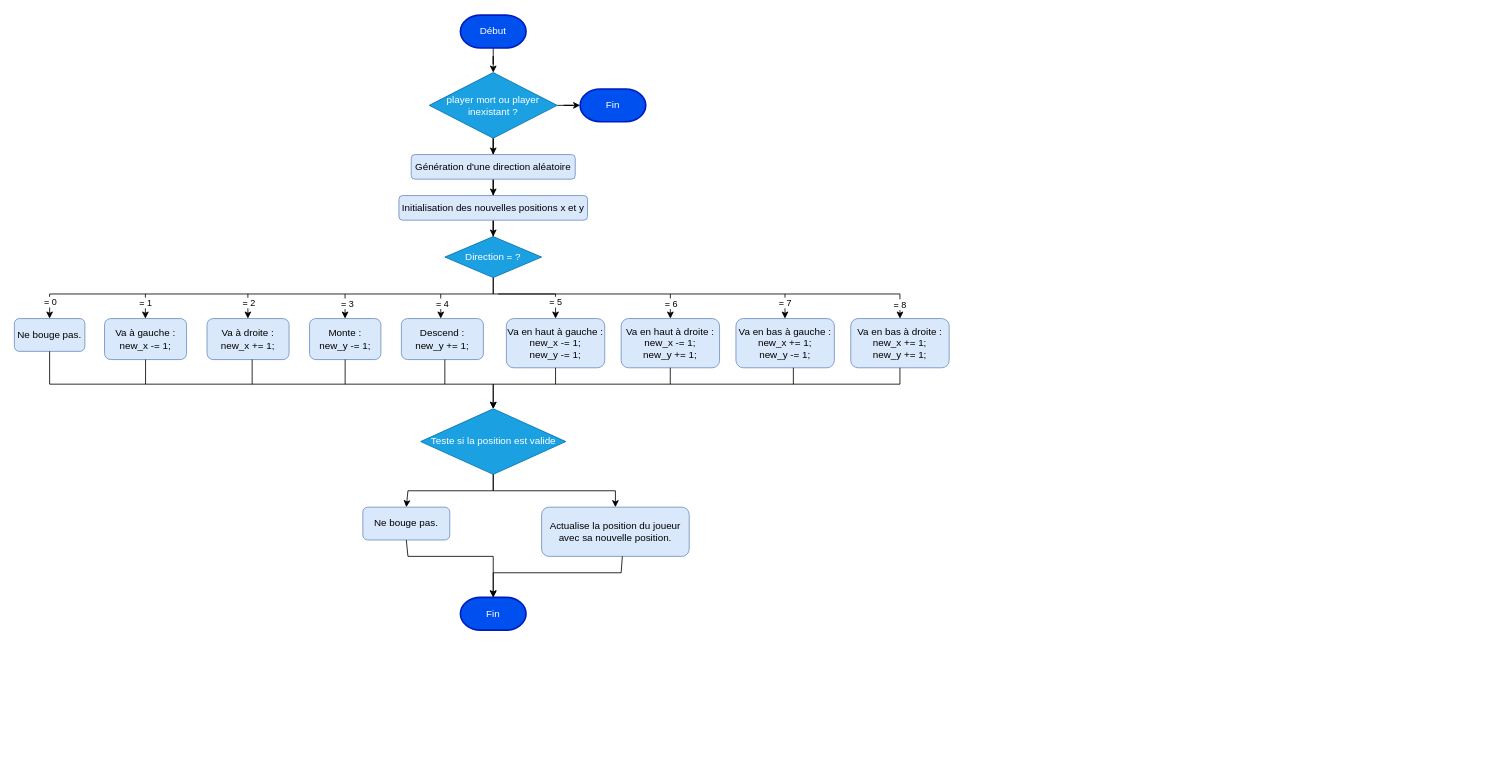
This is Tache1.drawio from negans-soyez/VHDL, a draw.io file, before an edit. Source tidied: cells renumbered, new cells numbered last; positions are measured from the earlier drawing's top-left corner, leaving out a move shared by most shapes. Both pictures are drawn from the tidied source at 82%, with x=0, y=0 at pixel (14, 15).
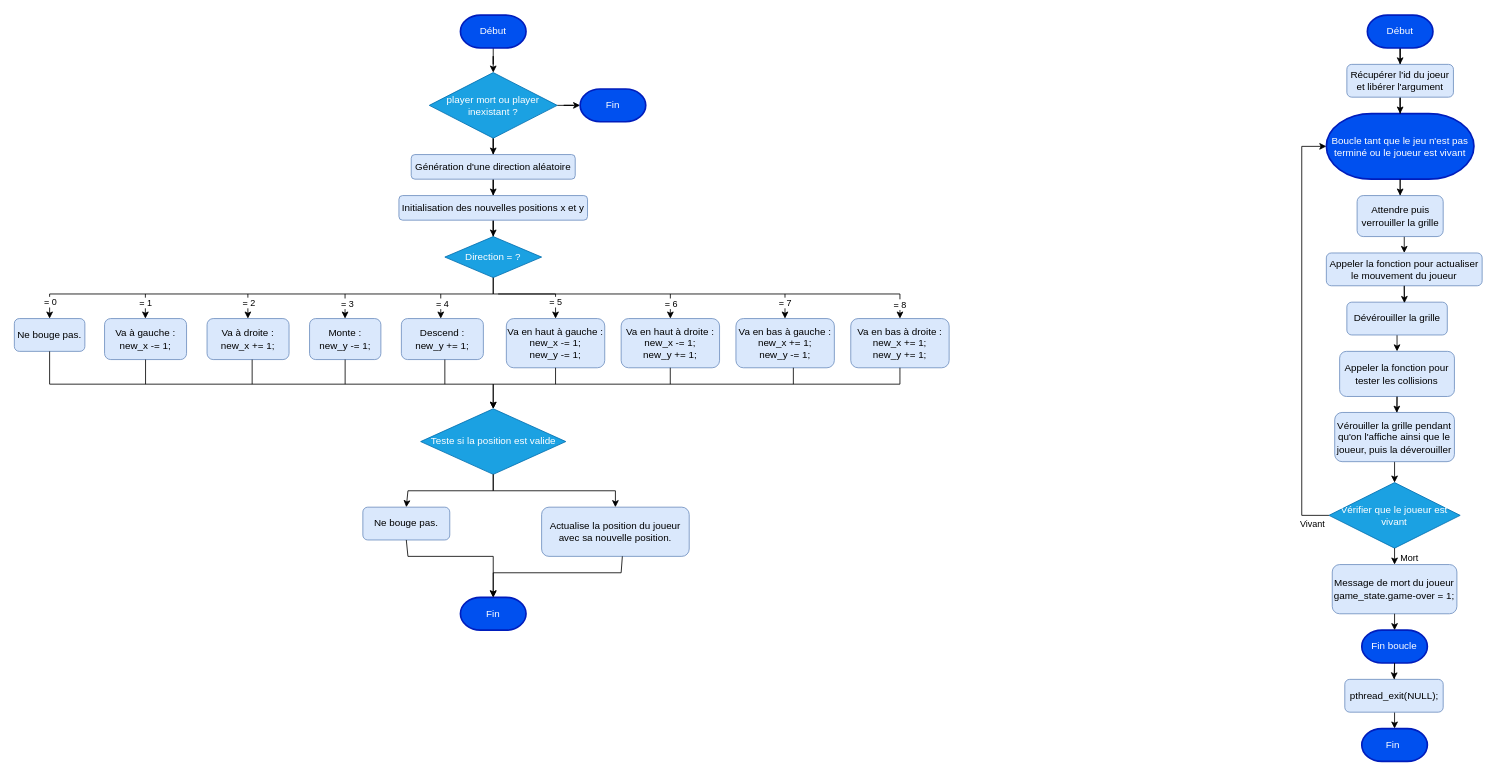
The same diagram, later.

Commit message:
Mettre à jour Tache1.drawio

What changed in the source:
```diff
@@
+    <mxCell id="57" style="edgeStyle=orthogonalEdgeStyle;rounded=0;jettySize=auto;html=1;" parent="1" edge="1" source="58" target="62">
+      <mxGeometry relative="1" as="geometry" />
+    </mxCell>
+    <mxCell id="58" value="Début" style="strokeWidth=2;html=1;shape=mxgraph.flowchart.terminator;whiteSpace=wrap;fillColor=#0050ef;fontColor=#ffffff;strokeColor=#001DBC;" parent="1" vertex="1">
+      <mxGeometry x="1650" width="80" height="40" as="geometry" />
+    </mxCell>
+    <mxCell id="59" style="edgeStyle=orthogonalEdgeStyle;rounded=0;jettySize=auto;html=1;" parent="1" edge="1" source="60" target="65">
+      <mxGeometry relative="1" as="geometry" />
+    </mxCell>
+    <mxCell id="60" value="Boucle tant que le jeu n'est pas terminé ou le joueur est vivant" style="strokeWidth=2;html=1;shape=mxgraph.flowchart.terminator;whiteSpace=wrap;fillColor=#0050ef;fontColor=#ffffff;strokeColor=#001DBC;" parent="1" vertex="1">
+      <mxGeometry x="1600" y="120" width="180" height="80" as="geometry" />
+    </mxCell>
+    <mxCell id="61" style="edgeStyle=orthogonalEdgeStyle;rounded=0;jettySize=auto;html=1;" parent="1" edge="1" source="62" target="60">
+      <mxGeometry relative="1" as="geometry" />
+    </mxCell>
+    <mxCell id="62" value="Récupérer l'id du joeur et libérer l'argument" style="rounded=1;whiteSpace=wrap;html=1;fillColor=#dae8fc;strokeColor=#6c8ebf;" parent="1" vertex="1">
+      <mxGeometry x="1625" y="60" width="130" height="40" as="geometry" />
+    </mxCell>
+    <mxCell id="63" value="Attendre puis verrouiller la grille" style="rounded=1;whiteSpace=wrap;html=1;fillColor=#dae8fc;strokeColor=#6c8ebf;" parent="1" vertex="1">
+      <mxGeometry x="1637.5" y="220" width="105" height="50" as="geometry" />
+    </mxCell>
+    <mxCell id="64" style="edgeStyle=orthogonalEdgeStyle;rounded=0;jettySize=auto;html=1;" parent="1" edge="1" source="65" target="68">
+      <mxGeometry relative="1" as="geometry" />
+    </mxCell>
+    <mxCell id="65" value="Appeler la fonction pour actualiser le mouvement du joueur" style="rounded=1;whiteSpace=wrap;html=1;fillColor=#dae8fc;strokeColor=#6c8ebf;" parent="1" vertex="1">
+      <mxGeometry x="1600" y="290" width="190" height="40" as="geometry" />
+    </mxCell>
+    <mxCell id="66" value="Dévérouiller la grille" style="rounded=1;whiteSpace=wrap;html=1;fillColor=#dae8fc;strokeColor=#6c8ebf;" parent="1" vertex="1">
+      <mxGeometry x="1625" y="350" width="122.5" height="40" as="geometry" />
+    </mxCell>
+    <mxCell id="67" style="edgeStyle=orthogonalEdgeStyle;rounded=0;jettySize=auto;html=1;" parent="1" edge="1" source="68" target="70">
+      <mxGeometry relative="1" as="geometry" />
+    </mxCell>
+    <mxCell id="68" value="Appeler la fonction pour tester les collisions" style="rounded=1;whiteSpace=wrap;html=1;fillColor=#dae8fc;strokeColor=#6c8ebf;" parent="1" vertex="1">
+      <mxGeometry x="1616.2" y="410" width="140" height="55" as="geometry" />
+    </mxCell>
+    <mxCell id="69" value="Vérouiller la grille pendant qu'on l'affiche ainsi que le joueur, puis la déverouiller" style="rounded=1;whiteSpace=wrap;html=1;fillColor=#dae8fc;strokeColor=#6c8ebf;" parent="1" vertex="1">
+      <mxGeometry x="1610.2" y="484.5" width="146" height="60" as="geometry" />
+    </mxCell>
+    <mxCell id="70" value="Vérifier que le joueur est vivant" style="rhombus;whiteSpace=wrap;html=1;fillColor=#1ba1e2;fontColor=#ffffff;strokeColor=#006EAF;" parent="1" vertex="1">
+      <mxGeometry x="1603.2" y="570" width="160" height="80" as="geometry" />
+    </mxCell>
+    <mxCell id="71" value="Message de mort du joueur game_state.game-over = 1;" style="rounded=1;whiteSpace=wrap;html=1;fillColor=#dae8fc;strokeColor=#6c8ebf;" parent="1" vertex="1">
+      <mxGeometry x="1607.2" y="670" width="152" height="60" as="geometry" />
+    </mxCell>
+    <mxCell id="72" style="edgeStyle=orthogonalEdgeStyle;rounded=0;jettySize=auto;html=1;" parent="1" edge="1" source="73" target="75">
+      <mxGeometry relative="1" as="geometry" />
+    </mxCell>
+    <mxCell id="73" value="Fin boucle" style="strokeWidth=2;html=1;shape=mxgraph.flowchart.terminator;whiteSpace=wrap;fillColor=#0050ef;fontColor=#ffffff;strokeColor=#001DBC;" parent="1" vertex="1">
+      <mxGeometry x="1643.2" y="750" width="80" height="40" as="geometry" />
+    </mxCell>
+    <mxCell id="74" value="pthread_exit(NULL);" style="rounded=1;whiteSpace=wrap;html=1;fillColor=#dae8fc;strokeColor=#6c8ebf;" parent="1" vertex="1">
+      <mxGeometry x="1622.5" y="810" width="120" height="40" as="geometry" />
+    </mxCell>
+    <mxCell id="75" value="Fin&amp;nbsp;" style="strokeWidth=2;html=1;shape=mxgraph.flowchart.terminator;whiteSpace=wrap;fillColor=#0050ef;fontColor=#ffffff;strokeColor=#001DBC;" parent="1" vertex="1">
+      <mxGeometry x="1643.2" y="870" width="80" height="40" as="geometry" />
+    </mxCell>
+    <mxCell id="76" style="endArrow=classic;html=1;rounded=0;exitX=0.5;exitY=1;exitDx=0;exitDy=0;exitPerimeter=0;entryX=0.5;entryY=0;entryDx=0;entryDy=0;" parent="1" edge="1" source="60" target="63">
+      <mxGeometry relative="1" as="geometry" />
+    </mxCell>
+    <mxCell id="77" style="endArrow=classic;html=1;rounded=0;exitX=0.5;exitY=1;exitDx=0;exitDy=0;entryX=0.574;entryY=0.026;entryDx=0;entryDy=0;entryPerimeter=0;" parent="1" edge="1" source="65" target="66">
+      <mxGeometry relative="1" as="geometry" />
+    </mxCell>
+    <mxCell id="78" style="endArrow=classic;html=1;rounded=0;exitX=0.5;exitY=1;exitDx=0;exitDy=0;entryX=0.518;entryY=0.006;entryDx=0;entryDy=0;entryPerimeter=0;" parent="1" edge="1" source="68" target="69">
+      <mxGeometry relative="1" as="geometry" />
+    </mxCell>
+    <mxCell id="79" style="endArrow=classic;html=1;rounded=0;exitX=0.5;exitY=1;exitDx=0;exitDy=0;entryX=0.5;entryY=0;entryDx=0;entryDy=0;" parent="1" edge="1" source="70" target="71">
+      <mxGeometry relative="1" as="geometry" />
+    </mxCell>
+    <mxCell id="80" value="Mort" style="edgeLabel;html=1;align=center;verticalAlign=middle;" parent="79" vertex="1">
+      <mxGeometry x="-0.55" y="3" relative="1" as="geometry">
+        <mxPoint x="14" y="6" as="offset" />
+      </mxGeometry>
+    </mxCell>
+    <mxCell id="81" style="endArrow=classic;html=1;rounded=0;exitX=0.5;exitY=1;exitDx=0;exitDy=0;entryX=0.5;entryY=0;entryDx=0;entryDy=0;entryPerimeter=0;" parent="1" edge="1" source="71" target="73">
+      <mxGeometry relative="1" as="geometry" />
+    </mxCell>
+    <mxCell id="82" style="endArrow=classic;html=1;rounded=0;exitX=0.5;exitY=1;exitDx=0;exitDy=0;exitPerimeter=0;entryX=0.5;entryY=0;entryDx=0;entryDy=0;" parent="1" edge="1" source="73" target="74">
+      <mxGeometry relative="1" as="geometry" />
+    </mxCell>
+    <mxCell id="83" style="endArrow=classic;html=1;rounded=0;exitX=0;exitY=0.5;exitDx=0;exitDy=0;entryX=0;entryY=0.5;entryDx=0;entryDy=0;entryPerimeter=0;" parent="1" edge="1" source="70" target="60">
+      <mxGeometry relative="1" as="geometry">
+        <Array as="points">
+          <mxPoint x="1570" y="610" />
+          <mxPoint x="1570" y="160" />
+        </Array>
+      </mxGeometry>
+    </mxCell>
+    <mxCell id="84" value="Vivant" style="edgeLabel;html=1;align=center;verticalAlign=middle;" parent="83" vertex="1">
+      <mxGeometry x="-0.92" y="-3" relative="1" as="geometry">
+        <mxPoint y="13" as="offset" />
+      </mxGeometry>
+    </mxCell>
```
